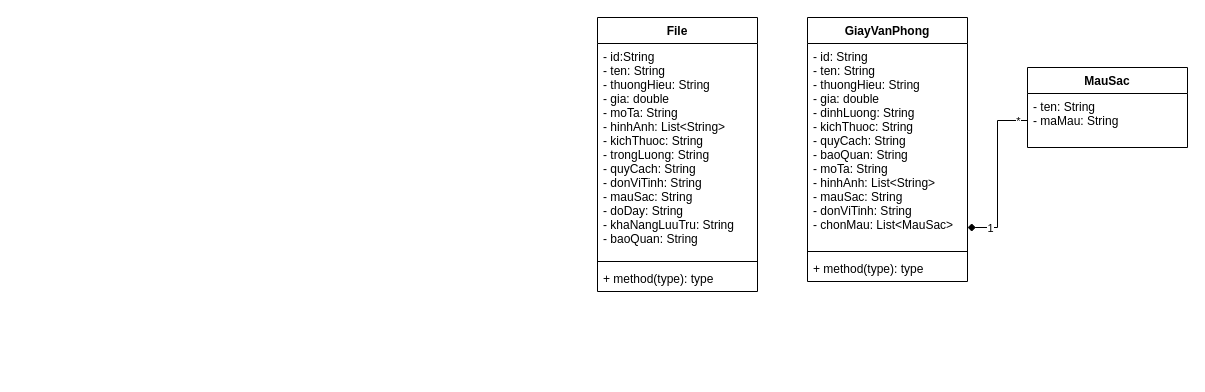
Above: Untitled Diagram.drawio in duchoan6814/Truong-Duc-Hoan (draw.io), before the change. Source tidied: cells renumbered, new cells numbered last; positions are measured from the earlier drawing's top-left corner, leaving out a move shared by most shapes. Both pictures are drawn from the tidied source at 100%, with x=0, y=0 at pixel (597, 17).
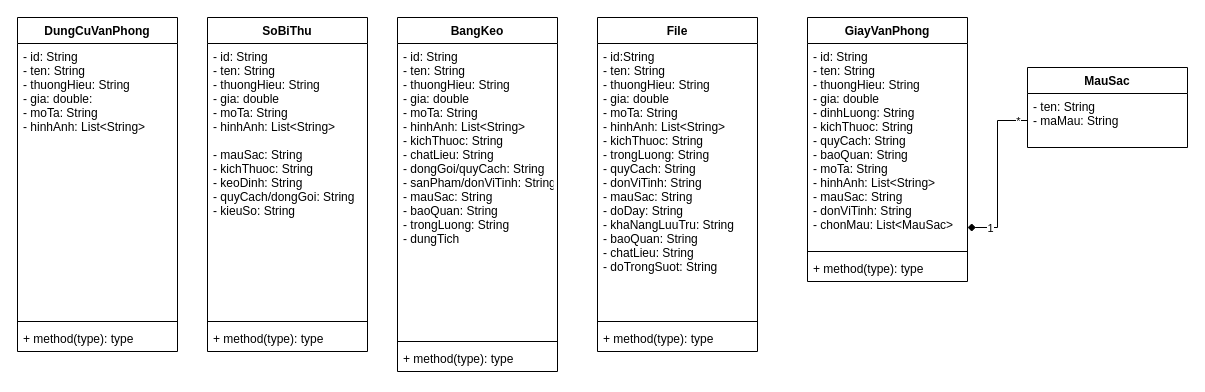
The same page after the edit.

Diff of the diagram source:
```diff
@@
     <mxCell id="11" value="File" style="swimlane;fontStyle=1;align=center;verticalAlign=top;horizontal=1;startSize=26;" parent="1" vertex="1">
-      <mxGeometry width="160" height="274" as="geometry" />
+      <mxGeometry width="160" height="334" as="geometry" />
     </mxCell>
-    <mxCell id="12" value="- id:String&#10;- ten: String&#10;- thuongHieu: String&#10;- gia: double&#10;- moTa: String&#10;- hinhAnh: List&lt;String&gt;&#10;- kichThuoc: String&#10;- trongLuong: String&#10;- quyCach: String&#10;- donViTinh: String&#10;- mauSac: String&#10;- doDay: String&#10;- khaNangLuuTru: String&#10;- baoQuan: String" style="text;strokeColor=none;fillColor=none;align=left;verticalAlign=top;spacingLeft=4;spacingRight=4;overflow=hidden;" parent="11" vertex="1">
-      <mxGeometry y="26" width="160" height="214" as="geometry" />
+    <mxCell id="12" value="- id:String&#10;- ten: String&#10;- thuongHieu: String&#10;- gia: double&#10;- moTa: String&#10;- hinhAnh: List&lt;String&gt;&#10;- kichThuoc: String&#10;- trongLuong: String&#10;- quyCach: String&#10;- donViTinh: String&#10;- mauSac: String&#10;- doDay: String&#10;- khaNangLuuTru: String&#10;- baoQuan: String&#10;- chatLieu: String&#10;- doTrongSuot: String" style="text;strokeColor=none;fillColor=none;align=left;verticalAlign=top;spacingLeft=4;spacingRight=4;overflow=hidden;" parent="11" vertex="1">
+      <mxGeometry y="26" width="160" height="274" as="geometry" />
     </mxCell>
     <mxCell id="13" style="line;strokeWidth=1;fillColor=none;align=left;verticalAlign=middle;spacingTop=-1;spacingLeft=3;spacingRight=3;labelPosition=right;" parent="11" vertex="1">
-      <mxGeometry y="240" width="160" height="8" as="geometry" />
+      <mxGeometry y="300" width="160" height="8" as="geometry" />
     </mxCell>
     <mxCell id="14" value="+ method(type): type" style="text;strokeColor=none;fillColor=none;align=left;verticalAlign=top;spacingLeft=4;spacingRight=4;overflow=hidden;" parent="11" vertex="1">
-      <mxGeometry y="248" width="160" height="26" as="geometry" />
+      <mxGeometry y="308" width="160" height="26" as="geometry" />
     </mxCell>
+    <mxCell id="15" value="BangKeo" style="swimlane;fontStyle=1;align=center;verticalAlign=top;horizontal=1;startSize=26;" parent="1" vertex="1">
+      <mxGeometry x="-200" width="160" height="354" as="geometry" />
+    </mxCell>
+    <mxCell id="16" value="- id: String&#10;- ten: String&#10;- thuongHieu: String&#10;- gia: double&#10;- moTa: String&#10;- hinhAnh: List&lt;String&gt;&#10;- kichThuoc: String&#10;- chatLieu: String&#10;- dongGoi/quyCach: String&#10;- sanPham/donViTinh: String&#10;- mauSac: String&#10;- baoQuan: String&#10;- trongLuong: String&#10;- dungTich" style="text;strokeColor=none;fillColor=none;align=left;verticalAlign=top;spacingLeft=4;spacingRight=4;overflow=hidden;" parent="15" vertex="1">
+      <mxGeometry y="26" width="160" height="294" as="geometry" />
+    </mxCell>
+    <mxCell id="17" style="line;strokeWidth=1;fillColor=none;align=left;verticalAlign=middle;spacingTop=-1;spacingLeft=3;spacingRight=3;labelPosition=right;" parent="15" vertex="1">
+      <mxGeometry y="320" width="160" height="8" as="geometry" />
+    </mxCell>
+    <mxCell id="18" value="+ method(type): type" style="text;strokeColor=none;fillColor=none;align=left;verticalAlign=top;spacingLeft=4;spacingRight=4;overflow=hidden;" parent="15" vertex="1">
+      <mxGeometry y="328" width="160" height="26" as="geometry" />
+    </mxCell>
+    <mxCell id="19" value="SoBiThu" style="swimlane;fontStyle=1;align=center;verticalAlign=top;horizontal=1;startSize=26;" parent="1" vertex="1">
+      <mxGeometry x="-390" width="160" height="334" as="geometry" />
+    </mxCell>
+    <mxCell id="20" value="- id: String&#10;- ten: String&#10;- thuongHieu: String&#10;- gia: double&#10;- moTa: String&#10;- hinhAnh: List&lt;String&gt;&#10;&#10;- mauSac: String&#10;- kichThuoc: String&#10;- keoDinh: String&#10;- quyCach/dongGoi: String&#10;- kieuSo: String" style="text;strokeColor=none;fillColor=none;align=left;verticalAlign=top;spacingLeft=4;spacingRight=4;overflow=hidden;" parent="19" vertex="1">
+      <mxGeometry y="26" width="160" height="274" as="geometry" />
+    </mxCell>
+    <mxCell id="21" style="line;strokeWidth=1;fillColor=none;align=left;verticalAlign=middle;spacingTop=-1;spacingLeft=3;spacingRight=3;labelPosition=right;" parent="19" vertex="1">
+      <mxGeometry y="300" width="160" height="8" as="geometry" />
+    </mxCell>
+    <mxCell id="22" value="+ method(type): type" style="text;strokeColor=none;fillColor=none;align=left;verticalAlign=top;spacingLeft=4;spacingRight=4;overflow=hidden;" parent="19" vertex="1">
+      <mxGeometry y="308" width="160" height="26" as="geometry" />
+    </mxCell>
+    <mxCell id="23" value="DungCuVanPhong" style="swimlane;fontStyle=1;align=center;verticalAlign=top;horizontal=1;startSize=26;" parent="1" vertex="1">
+      <mxGeometry x="-580" width="160" height="334" as="geometry" />
+    </mxCell>
+    <mxCell id="24" value="- id: String&#10;- ten: String&#10;- thuongHieu: String&#10;- gia: double:&#10;- moTa: String&#10;- hinhAnh: List&lt;String&gt;" style="text;strokeColor=none;fillColor=none;align=left;verticalAlign=top;spacingLeft=4;spacingRight=4;overflow=hidden;" parent="23" vertex="1">
+      <mxGeometry y="26" width="160" height="274" as="geometry" />
+    </mxCell>
+    <mxCell id="25" style="line;strokeWidth=1;fillColor=none;align=left;verticalAlign=middle;spacingTop=-1;spacingLeft=3;spacingRight=3;labelPosition=right;" parent="23" vertex="1">
+      <mxGeometry y="300" width="160" height="8" as="geometry" />
+    </mxCell>
+    <mxCell id="26" value="+ method(type): type" style="text;strokeColor=none;fillColor=none;align=left;verticalAlign=top;spacingLeft=4;spacingRight=4;overflow=hidden;" parent="23" vertex="1">
+      <mxGeometry y="308" width="160" height="26" as="geometry" />
+    </mxCell>
```
